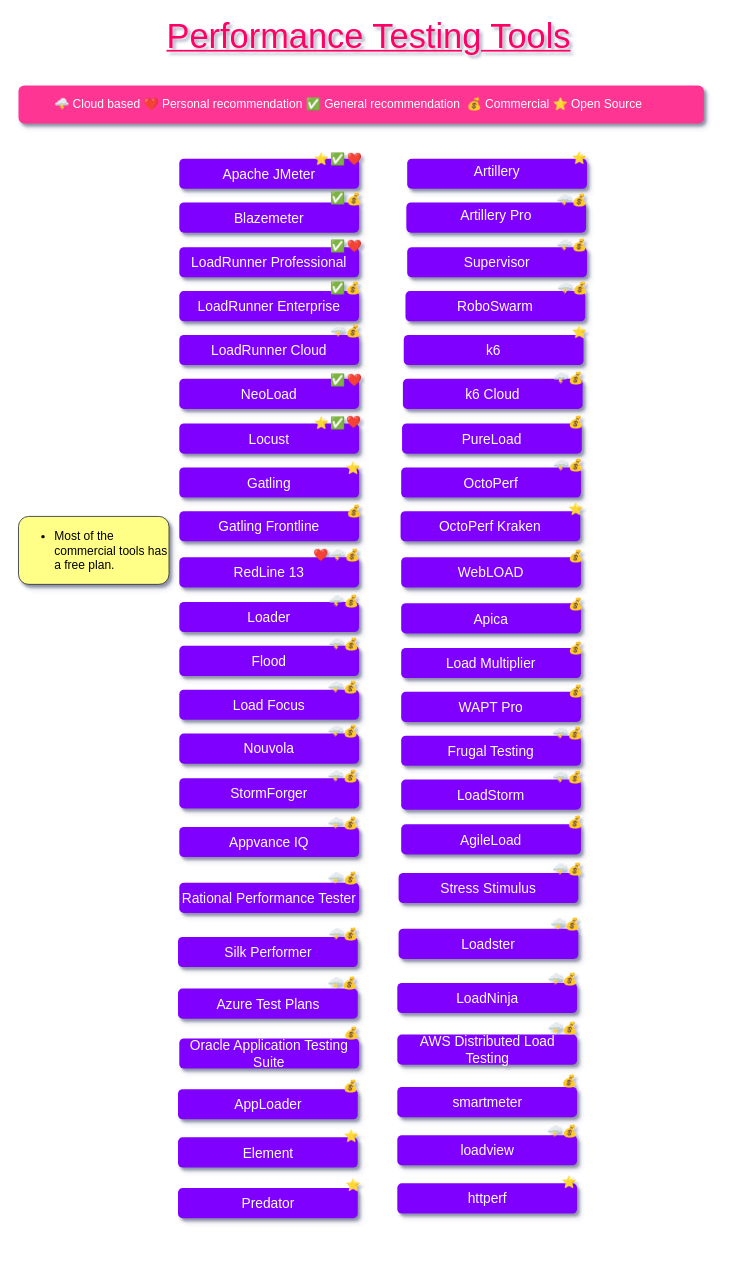
Before: PerformanceTestingTools.drawio in QAInsights/Performance-Testing-Tools, a draw.io diagram. Source tidied: cells renumbered, new cells numbered last; positions are measured from the earlier drawing's top-left corner, leaving out a move shared by most shapes. Both pictures are drawn from the tidied source at 86%, with x=0, y=0 at pixel (18, 27).
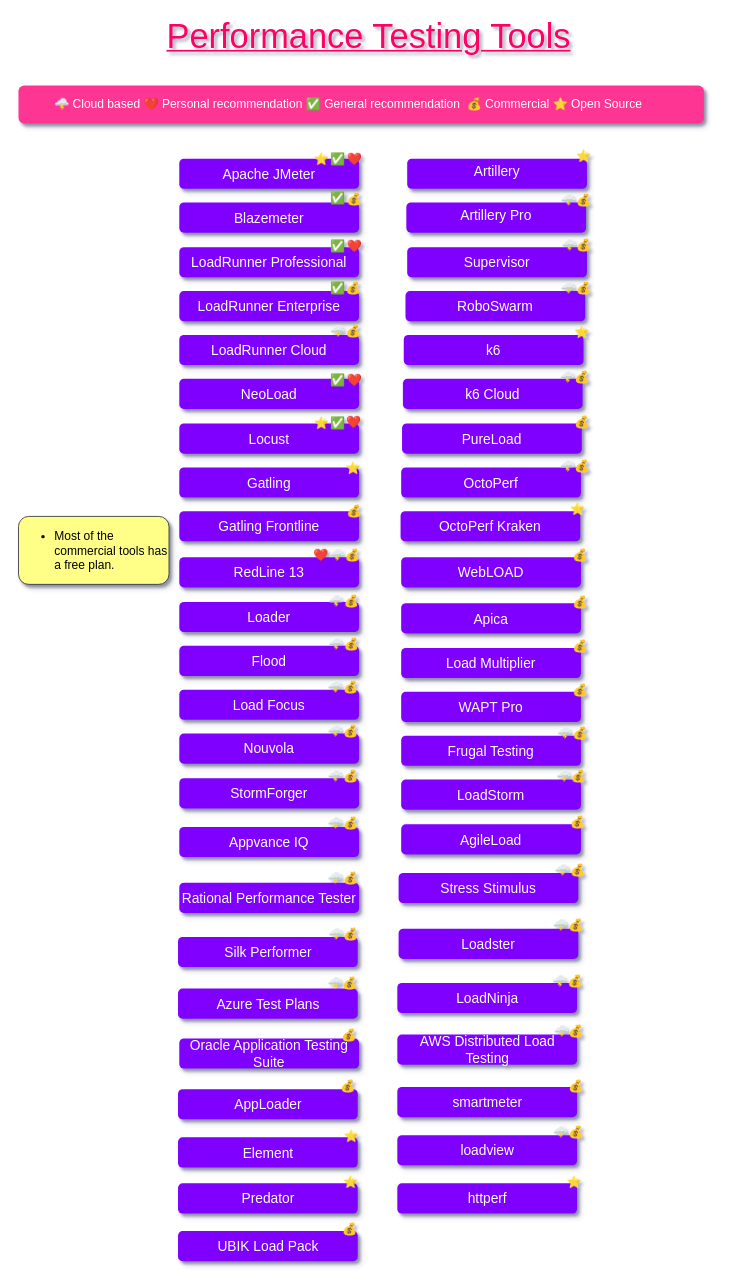
The same page after the edit.

Change to the diagram source:
```diff
@@
     <mxCell id="45" value="&lt;font style=&quot;font-size: 14px&quot;&gt;⭐&lt;/font&gt;" style="text;html=1;align=center;verticalAlign=middle;fontSize=16;fontFamily=Ubuntu;fontColor=#FFFFFF;" parent="1" vertex="1">
-      <mxGeometry x="637.5" y="342" width="29" height="24" as="geometry" />
+      <mxGeometry x="640.5" y="342" width="29" height="24" as="geometry" />
     </mxCell>
@@
     <mxCell id="50" value="&lt;font style=&quot;font-size: 14px&quot;&gt;⭐&lt;/font&gt;" style="text;html=1;align=center;verticalAlign=middle;fontSize=16;fontFamily=Ubuntu;fontColor=#FFFFFF;" parent="1" vertex="1">
-      <mxGeometry x="637.5" y="139" width="29" height="24" as="geometry" />
+      <mxGeometry x="642" y="137" width="29" height="24" as="geometry" />
     </mxCell>
@@
     <mxCell id="57" style="group;" parent="1" vertex="1">
-      <mxGeometry x="620" y="244" width="44.5" height="19" as="geometry" />
+      <mxGeometry x="625.8" y="244" width="44.5" height="19" as="geometry" />
     </mxCell>
@@
     <mxCell id="60" style="group;" parent="1" vertex="1">
-      <mxGeometry x="620" y="191" width="44.5" height="19" as="geometry" />
+      <mxGeometry x="625" y="191" width="44.5" height="19" as="geometry" />
     </mxCell>
@@
     <mxCell id="63" style="group;" parent="1" vertex="1">
-      <mxGeometry x="621" y="294" width="44.5" height="19" as="geometry" />
+      <mxGeometry x="625.2" y="294.5" width="44.5" height="19" as="geometry" />
     </mxCell>
@@
     <mxCell id="66" style="group;" parent="1" vertex="1">
-      <mxGeometry x="616" y="398" width="44.5" height="19" as="geometry" />
+      <mxGeometry x="623.8" y="397" width="44.5" height="19" as="geometry" />
     </mxCell>
@@
     <mxCell id="69" style="group;" parent="1" vertex="1">
-      <mxGeometry x="615" y="811.5" width="44.5" height="19" as="geometry" />
+      <mxGeometry x="621" y="811.5" width="44.5" height="19" as="geometry" />
     </mxCell>
@@
     <mxCell id="72" value="&lt;span style=&quot;color: rgb(255 , 255 , 255) ; font-family: &amp;#34;ubuntu&amp;#34; ; font-size: 14px ; text-align: left&quot;&gt;💰&lt;/span&gt;" style="text;html=1;align=center;verticalAlign=middle;" parent="1" vertex="1">
-      <mxGeometry x="634.5" y="449" width="26" height="19" as="geometry" />
+      <mxGeometry x="642" y="449.5" width="26" height="19" as="geometry" />
     </mxCell>
     <mxCell id="73" style="group;" parent="1" vertex="1">
-      <mxGeometry x="616" y="499" width="44.5" height="19" as="geometry" />
+      <mxGeometry x="623.8" y="500" width="44.5" height="19" as="geometry" />
     </mxCell>
@@
     <mxCell id="76" value="&lt;span style=&quot;color: rgb(255 , 255 , 255) ; font-family: &amp;#34;ubuntu&amp;#34; ; font-size: 14px ; text-align: left&quot;&gt;💰&lt;/span&gt;" style="text;html=1;align=center;verticalAlign=middle;" parent="1" vertex="1">
-      <mxGeometry x="635" y="661" width="26" height="19" as="geometry" />
+      <mxGeometry x="639.5" y="659" width="26" height="19" as="geometry" />
     </mxCell>
     <mxCell id="77" value="&lt;span style=&quot;color: rgb(255 , 255 , 255) ; font-family: &amp;#34;ubuntu&amp;#34; ; font-size: 14px ; text-align: left&quot;&gt;💰&lt;/span&gt;" style="text;html=1;align=center;verticalAlign=middle;" parent="1" vertex="1">
-      <mxGeometry x="635" y="712.5" width="26" height="19" as="geometry" />
+      <mxGeometry x="639.5" y="710" width="26" height="19" as="geometry" />
     </mxCell>
     <mxCell id="78" value="&lt;span style=&quot;color: rgb(255 , 255 , 255) ; font-family: &amp;#34;ubuntu&amp;#34; ; font-size: 14px ; text-align: left&quot;&gt;💰&lt;/span&gt;" style="text;html=1;align=center;verticalAlign=middle;" parent="1" vertex="1">
-      <mxGeometry x="635" y="762.5" width="26" height="19" as="geometry" />
+      <mxGeometry x="639.5" y="761" width="26" height="19" as="geometry" />
     </mxCell>
     <mxCell id="79" style="group;" parent="1" vertex="1">
-      <mxGeometry x="615" y="862.5" width="44.5" height="19" as="geometry" />
+      <mxGeometry x="619.5" y="861" width="44.5" height="19" as="geometry" />
     </mxCell>
@@
     <mxCell id="82" value="&lt;span style=&quot;color: rgb(255 , 255 , 255) ; font-family: &amp;#34;ubuntu&amp;#34; ; font-size: 14px ; text-align: left&quot;&gt;💰&lt;/span&gt;" style="text;html=1;align=center;verticalAlign=middle;" parent="1" vertex="1">
-      <mxGeometry x="633.5" y="914.5" width="26" height="19" as="geometry" />
+      <mxGeometry x="636.5" y="914" width="26" height="19" as="geometry" />
     </mxCell>
     <mxCell id="83" style="group;" parent="1" vertex="1">
-      <mxGeometry x="615" y="969.5" width="44.5" height="19" as="geometry" />
+      <mxGeometry x="618" y="970" width="44.5" height="19" as="geometry" />
     </mxCell>
@@
     <mxCell id="113" style="group;" parent="1" vertex="1">
-      <mxGeometry x="612.5" y="1033.5" width="44.5" height="19" as="geometry" />
+      <mxGeometry x="616" y="1034" width="44.5" height="19" as="geometry" />
     </mxCell>
@@
     <mxCell id="121" style="group;" parent="1" vertex="1">
-      <mxGeometry x="609.5" y="1097.5" width="44.5" height="19" as="geometry" />
+      <mxGeometry x="615" y="1099" width="44.5" height="19" as="geometry" />
     </mxCell>
@@
     <mxCell id="129" style="group;" parent="1" vertex="1">
-      <mxGeometry x="609.5" y="1154.5" width="44.5" height="19" as="geometry" />
+      <mxGeometry x="616.5" y="1157" width="44.5" height="19" as="geometry" />
     </mxCell>
@@
     <mxCell id="133" value="&lt;span style=&quot;color: rgb(255 , 255 , 255) ; font-family: &amp;#34;ubuntu&amp;#34; ; font-size: 14px ; text-align: left&quot;&gt;💰&lt;/span&gt;" style="text;html=1;align=center;verticalAlign=middle;" parent="1" vertex="1">
-      <mxGeometry x="373.5" y="1160" width="26" height="19" as="geometry" />
+      <mxGeometry x="371" y="1162" width="26" height="19" as="geometry" />
     </mxCell>
@@
     <mxCell id="136" value="&lt;span style=&quot;color: rgb(255 , 255 , 255) ; font-family: &amp;#34;ubuntu&amp;#34; ; font-size: 14px ; text-align: left&quot;&gt;💰&lt;/span&gt;" style="text;html=1;align=center;verticalAlign=middle;" parent="1" vertex="1">
-      <mxGeometry x="627.2" y="1216.5" width="26" height="19" as="geometry" />
+      <mxGeometry x="634.5" y="1221" width="26" height="19" as="geometry" />
     </mxCell>
     <mxCell id="137" value="&lt;span style=&quot;color: rgb(255 , 255 , 255) ; font-family: &amp;#34;ubuntu&amp;#34; ; font-size: 14px ; text-align: left&quot;&gt;💰&lt;/span&gt;" style="text;html=1;align=center;verticalAlign=middle;" parent="1" vertex="1">
-      <mxGeometry x="373" y="1221" width="26" height="19" as="geometry" />
+      <mxGeometry x="370" y="1221" width="26" height="19" as="geometry" />
     </mxCell>
@@
     <mxCell id="139" style="group;" parent="1" vertex="1">
-      <mxGeometry x="609" y="1274.5" width="44.5" height="19" as="geometry" />
+      <mxGeometry x="616" y="1275" width="44.5" height="19" as="geometry" />
     </mxCell>
@@
     <mxCell id="145" value="&lt;font style=&quot;font-size: 14px&quot;&gt;⭐&lt;/font&gt;" style="text;html=1;align=center;verticalAlign=middle;fontSize=16;fontFamily=Ubuntu;fontColor=#FFFFFF;" parent="1" vertex="1">
-      <mxGeometry x="625.8" y="1329.5" width="29" height="24" as="geometry" />
+      <mxGeometry x="631.5" y="1329.5" width="29" height="24" as="geometry" />
     </mxCell>
     <mxCell id="146" value="Predator" style="rounded=1;whiteSpace=wrap;html=1;shadow=1;glass=0;labelBackgroundColor=none;sketch=0;fontFamily=Ubuntu;fontSize=16;align=center;spacingRight=0;strokeColor=none;fontColor=#FFFFFF;fillColor=#7F00FF;" parent="1" vertex="1">
-      <mxGeometry x="185.5" y="1350" width="209" height="35" as="geometry" />
+      <mxGeometry x="185.5" y="1344.5" width="209" height="35" as="geometry" />
     </mxCell>
     <mxCell id="147" value="&lt;font style=&quot;font-size: 14px&quot;&gt;⭐&lt;/font&gt;" style="text;html=1;align=center;verticalAlign=middle;fontSize=16;fontFamily=Ubuntu;fontColor=#FFFFFF;" parent="1" vertex="1">
-      <mxGeometry x="374" y="1333" width="29" height="24" as="geometry" />
+      <mxGeometry x="371.5" y="1329.5" width="29" height="24" as="geometry" />
     </mxCell>
@@
     <mxCell id="150" value="&lt;span style=&quot;color: rgb(255 , 255 , 255) ; font-family: &amp;#34;ubuntu&amp;#34; ; font-size: 14px ; text-align: left&quot;&gt;💰&lt;/span&gt;" style="text;html=1;align=center;verticalAlign=middle;" parent="1" vertex="1">
-      <mxGeometry x="635" y="605" width="26" height="19" as="geometry" />
+      <mxGeometry x="639.5" y="604.5" width="26" height="19" as="geometry" />
     </mxCell>
     <mxCell id="151" value="&lt;font style=&quot;font-size: 14px&quot;&gt;⭐&lt;/font&gt;" style="text;html=1;align=center;verticalAlign=middle;fontSize=16;fontFamily=Ubuntu;fontColor=#FFFFFF;" parent="1" vertex="1">
-      <mxGeometry x="633.5" y="548" width="29" height="24" as="geometry" />
+      <mxGeometry x="635" y="548" width="29" height="24" as="geometry" />
     </mxCell>
+    <mxCell id="152" value="UBIK Load Pack" style="rounded=1;whiteSpace=wrap;html=1;shadow=1;glass=0;labelBackgroundColor=none;sketch=0;fontFamily=Ubuntu;fontSize=16;align=center;spacingRight=0;strokeColor=none;fontColor=#FFFFFF;fillColor=#7F00FF;" parent="1" vertex="1">
+      <mxGeometry x="185.5" y="1400" width="209" height="35" as="geometry" />
+    </mxCell>
+    <mxCell id="153" value="&lt;span style=&quot;color: rgb(255 , 255 , 255) ; font-family: &amp;#34;ubuntu&amp;#34; ; font-size: 14px ; text-align: left&quot;&gt;💰&lt;/span&gt;" style="text;html=1;align=center;verticalAlign=middle;" parent="1" vertex="1">
+      <mxGeometry x="372" y="1388" width="26" height="19" as="geometry" />
+    </mxCell>
```
